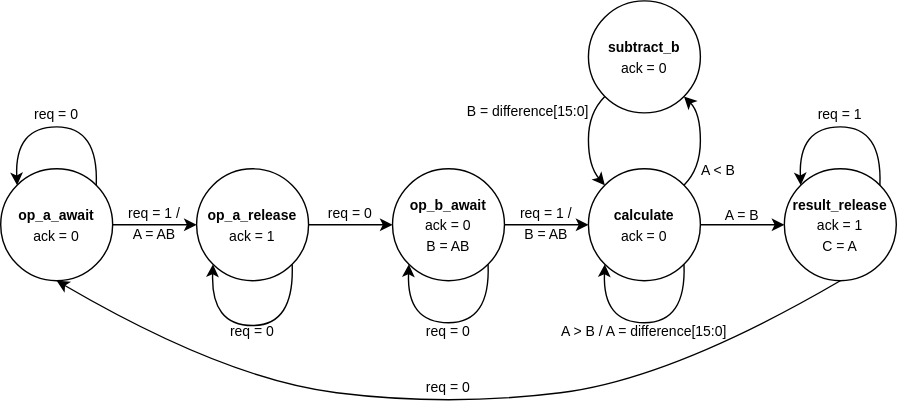
The draw.io diagram Figures/task2_fsm.svg in madsamtoft/G70_A1_SystemVerilog, before a commit. Source tidied: cells renumbered, new cells last; positions are measured from the earlier drawing's top-left corner, leaving out a move shared by most shapes.
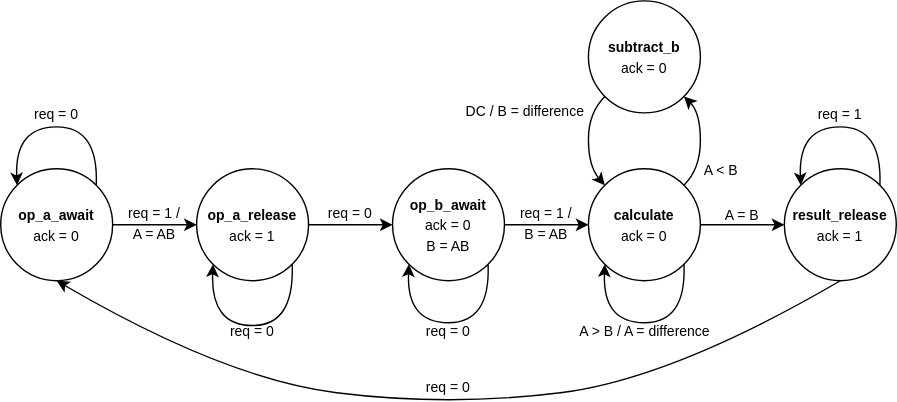
The same file after the commit.

Change to the diagram source:
```diff
@@ -14,7 +14,7 @@
     <mxCell id="5" value="&lt;b&gt;&lt;font style=&quot;font-size: 10px;&quot;&gt;calculate&lt;/font&gt;&lt;/b&gt;&lt;div&gt;&lt;font style=&quot;font-size: 10px;&quot;&gt;ack = 0&lt;/font&gt;&lt;/div&gt;" style="ellipse;whiteSpace=wrap;html=1;" parent="1" vertex="1">
       <mxGeometry x="420" y="120" width="80" height="80" as="geometry" />
     </mxCell>
-    <mxCell id="6" value="&lt;b&gt;&lt;font style=&quot;font-size: 10px;&quot;&gt;result_release&lt;/font&gt;&lt;/b&gt;&lt;div&gt;&lt;font style=&quot;font-size: 10px;&quot;&gt;ack = 1&lt;/font&gt;&lt;/div&gt;&lt;div&gt;&lt;font style=&quot;font-size: 10px;&quot;&gt;C = A&lt;/font&gt;&lt;/div&gt;" style="ellipse;whiteSpace=wrap;html=1;" parent="1" vertex="1">
+    <mxCell id="6" value="&lt;b&gt;&lt;font style=&quot;font-size: 10px;&quot;&gt;result_release&lt;/font&gt;&lt;/b&gt;&lt;div&gt;&lt;font style=&quot;font-size: 10px;&quot;&gt;ack = 1&lt;/font&gt;&lt;/div&gt;" style="ellipse;whiteSpace=wrap;html=1;" parent="1" vertex="1">
       <mxGeometry x="560" y="120" width="80" height="80" as="geometry" />
     </mxCell>
     <mxCell id="7" style="endArrow=classic;html=1;rounded=0;exitX=1;exitY=0.5;exitDx=0;exitDy=0;entryX=0;entryY=0.5;entryDx=0;entryDy=0;" parent="1" edge="1" source="2" target="3">
@@ -73,11 +73,11 @@
         </Array>
       </mxGeometry>
     </mxCell>
-    <mxCell id="17" value="&lt;font style=&quot;font-size: 10px;&quot;&gt;A &amp;gt; B / A = difference[15:0]&lt;/font&gt;" style="text;html=1;align=center;verticalAlign=middle;whiteSpace=wrap;rounded=0;" parent="1" vertex="1">
-      <mxGeometry x="395" y="225" width="130" height="22" as="geometry" />
+    <mxCell id="17" value="&lt;font style=&quot;font-size: 10px;&quot;&gt;A &amp;gt; B / A = difference&lt;/font&gt;" style="text;html=1;align=center;verticalAlign=middle;whiteSpace=wrap;rounded=0;" parent="1" vertex="1">
+      <mxGeometry x="407.5" y="225" width="105" height="22" as="geometry" />
     </mxCell>
     <mxCell id="18" value="&lt;font style=&quot;font-size: 10px;&quot;&gt;A &amp;lt; B&lt;/font&gt;" style="text;html=1;align=center;verticalAlign=middle;whiteSpace=wrap;rounded=0;rotation=0;" parent="1" vertex="1">
-      <mxGeometry x="498" y="110" width="30" height="22" as="geometry" />
+      <mxGeometry x="500" y="110" width="30" height="22" as="geometry" />
     </mxCell>
     <mxCell id="19" style="curved=1;endArrow=classic;html=1;rounded=0;exitX=0;exitY=1;exitDx=0;exitDy=0;entryX=0;entryY=0;entryDx=0;entryDy=0;" parent="1" edge="1" source="14" target="5">
       <mxGeometry relative="1" as="geometry">
@@ -87,8 +87,8 @@
         </Array>
       </mxGeometry>
     </mxCell>
-    <mxCell id="20" value="&lt;font style=&quot;font-size: 10px;&quot;&gt;B = difference[15:0]&lt;/font&gt;" style="text;html=1;align=center;verticalAlign=middle;whiteSpace=wrap;rounded=0;rotation=0;" parent="1" vertex="1">
-      <mxGeometry x="332" y="68" width="90" height="22" as="geometry" />
+    <mxCell id="20" value="&lt;font style=&quot;font-size: 10px;&quot;&gt;DC / B = difference&lt;/font&gt;" style="text;html=1;align=center;verticalAlign=middle;whiteSpace=wrap;rounded=0;rotation=0;" parent="1" vertex="1">
+      <mxGeometry x="330" y="68" width="90" height="22" as="geometry" />
     </mxCell>
     <mxCell id="21" style="curved=1;endArrow=classic;html=1;rounded=0;exitX=1;exitY=1;exitDx=0;exitDy=0;entryX=0;entryY=1;entryDx=0;entryDy=0;" parent="1" edge="1" source="4" target="4">
       <mxGeometry relative="1" as="geometry">
```
